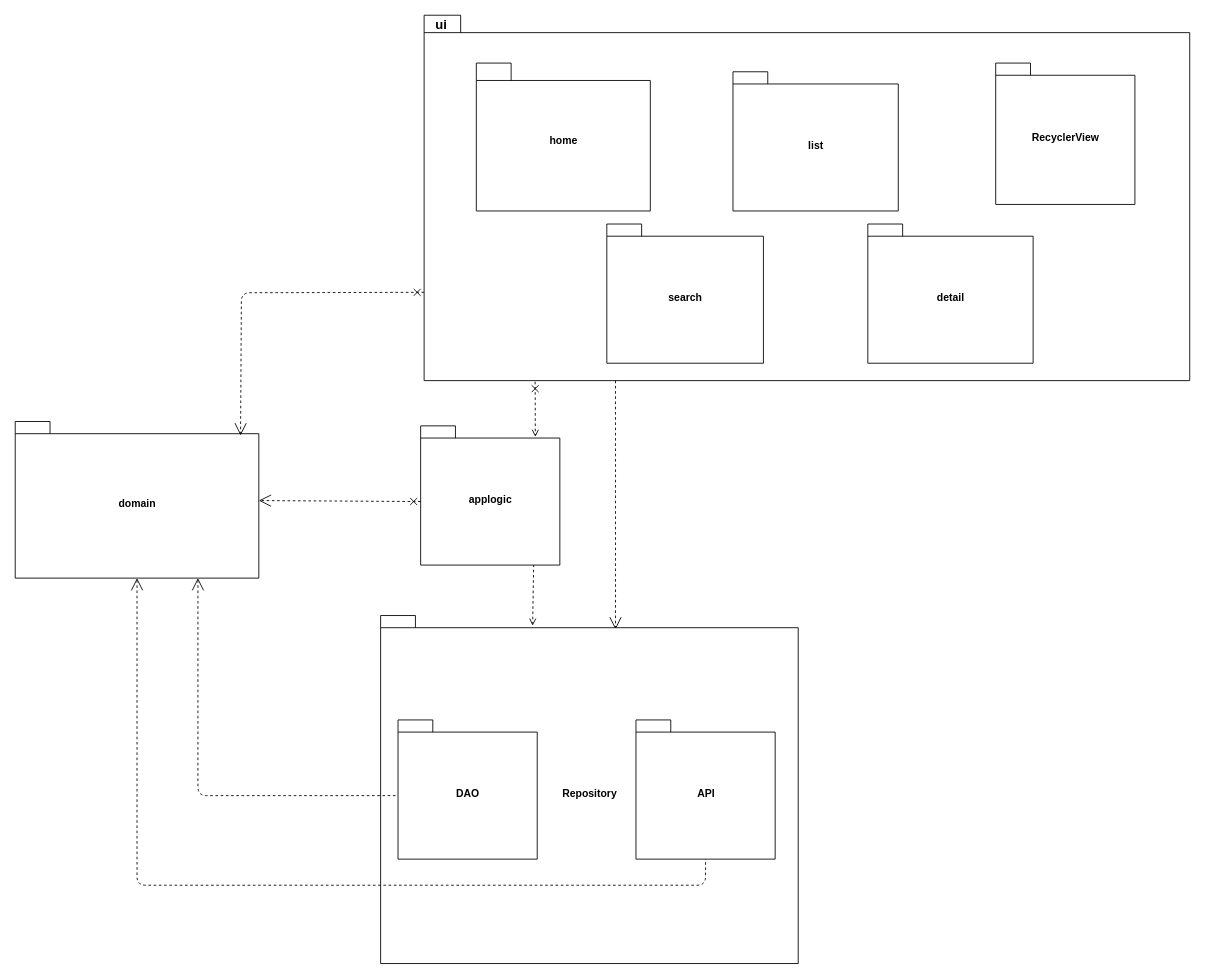
Before: page "Package Diagram" (3 of 5) of Diagrams/ERD.drawio in TeaDrinkingProgrammer/NetNietFlix, a draw.io diagram. Source tidied: cells renumbered, new cells numbered last; positions are measured from the earlier drawing's top-left corner, leaving out a move shared by most shapes. Both pictures are drawn from the tidied source at 87%, with x=0, y=0 at pixel (15, 15).
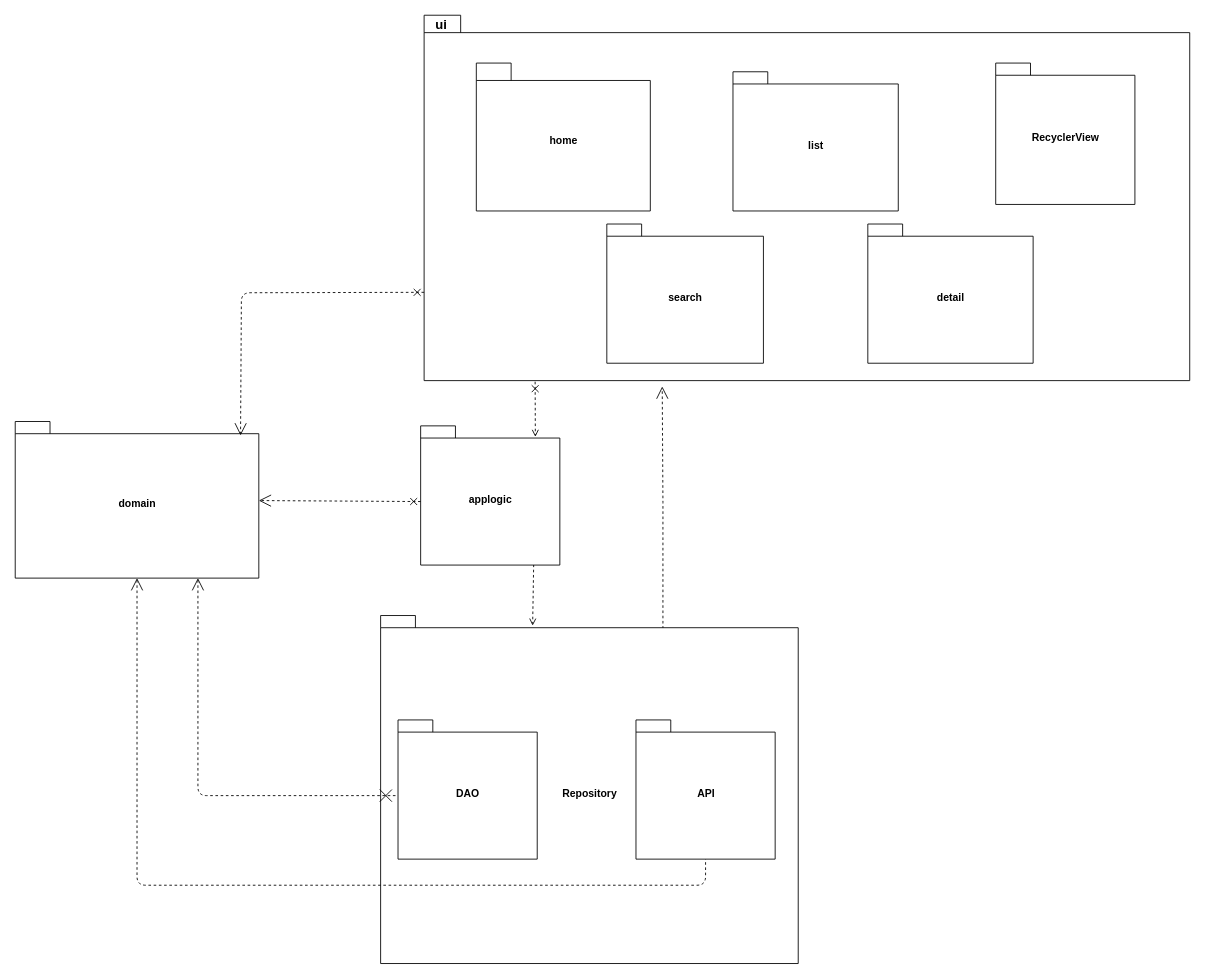
The same page after the edit.

Unchanged cells that the change refers to:
```xml
<mxCell id="3" value="ui" style="shape=folder;fontStyle=1;spacingTop=10;tabWidth=40;tabHeight=20;tabPosition=left;html=1;" parent="1" vertex="1">
  <mxGeometry x="470" width="880" height="420" as="geometry" />
</mxCell>
<mxCell id="5" value="Repository" style="shape=folder;fontStyle=1;spacingTop=10;tabWidth=40;tabHeight=14;tabPosition=left;html=1;" parent="1" vertex="1">
  <mxGeometry x="420" y="690" width="480" height="400" as="geometry" />
</mxCell>
<mxCell id="8" value="domain" style="shape=folder;fontStyle=1;spacingTop=10;tabWidth=40;tabHeight=14;tabPosition=left;html=1;" parent="1" vertex="1">
  <mxGeometry y="467" width="280" height="180" as="geometry" />
</mxCell>
<mxCell id="12" value="DAO" style="shape=folder;fontStyle=1;spacingTop=10;tabWidth=40;tabHeight=14;tabPosition=left;html=1;" parent="1" vertex="1">
  <mxGeometry x="440" y="810" width="160" height="160" as="geometry" />
</mxCell>
```

What changed in the source:
```diff
@@
-    <mxCell id="2" style="edgeStyle=orthogonalEdgeStyle;rounded=0;jettySize=auto;html=1;exitX=0.25;exitY=1;exitDx=0;exitDy=0;exitPerimeter=0;dashed=1;endArrow=open;endFill=0;endSize=12;" parent="1" edge="1" source="3">
-      <mxGeometry relative="1" as="geometry">
-        <mxPoint x="690" y="706" as="targetPoint" />
-        <Array as="points">
-          <mxPoint x="690" y="706" />
-        </Array>
-      </mxGeometry>
+    <mxCell id="2" style="edgeStyle=orthogonalEdgeStyle;rounded=0;jettySize=auto;html=1;exitX=0.676;exitY=0.038;exitDx=0;exitDy=0;exitPerimeter=0;dashed=1;endArrow=open;endFill=0;endSize=12;entryX=0.311;entryY=1.016;entryDx=0;entryDy=0;entryPerimeter=0;" parent="1" edge="1" source="5" target="3">
+      <mxGeometry relative="1" as="geometry" />
     </mxCell>
@@
-    <mxCell id="6" style="edgeStyle=orthogonalEdgeStyle;rounded=1;jettySize=auto;html=1;exitX=0.75;exitY=1;exitDx=0;exitDy=0;exitPerimeter=0;entryX=0;entryY=0;entryDx=0;entryDy=87;entryPerimeter=0;dashed=1;endArrow=none;endFill=0;endSize=12;startArrow=open;startFill=0;startSize=12;" parent="1" edge="1" source="8" target="12">
+    <mxCell id="6" style="edgeStyle=orthogonalEdgeStyle;rounded=1;jettySize=auto;html=1;exitX=0.75;exitY=1;exitDx=0;exitDy=0;exitPerimeter=0;entryX=0;entryY=0;entryDx=0;entryDy=87;entryPerimeter=0;dashed=1;endArrow=cross;endFill=0;endSize=12;startArrow=open;startFill=0;startSize=12;" parent="1" edge="1" source="8" target="12">
       <mxGeometry relative="1" as="geometry" />
     </mxCell>
```
